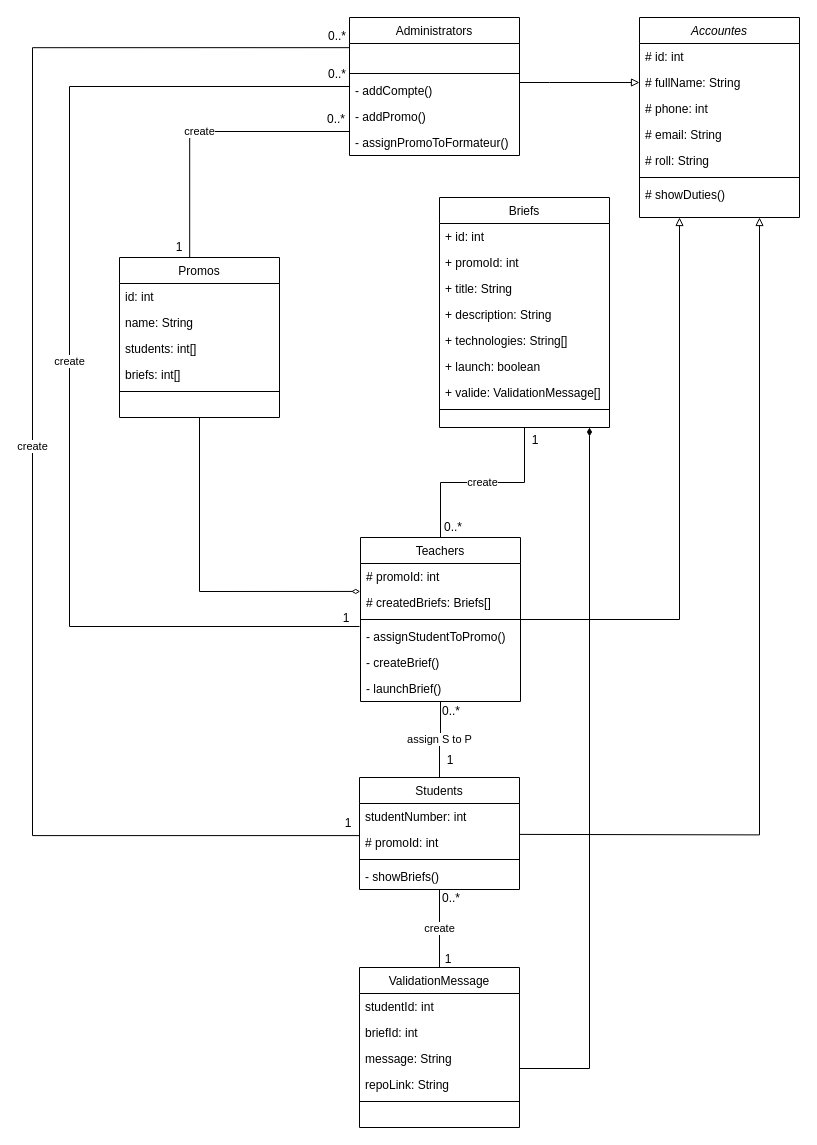
daalimouhcine/Java_Simplon_Clone keeps this draw.io diagram as UML/Diagram-class.drawio. Above is the earlier version. Source tidied: cells renumbered, new cells numbered last; positions are measured from the earlier drawing's top-left corner, leaving out a move shared by most shapes. Both pictures are drawn from the tidied source at 100%, with x=0, y=0 at pixel (32, 17).
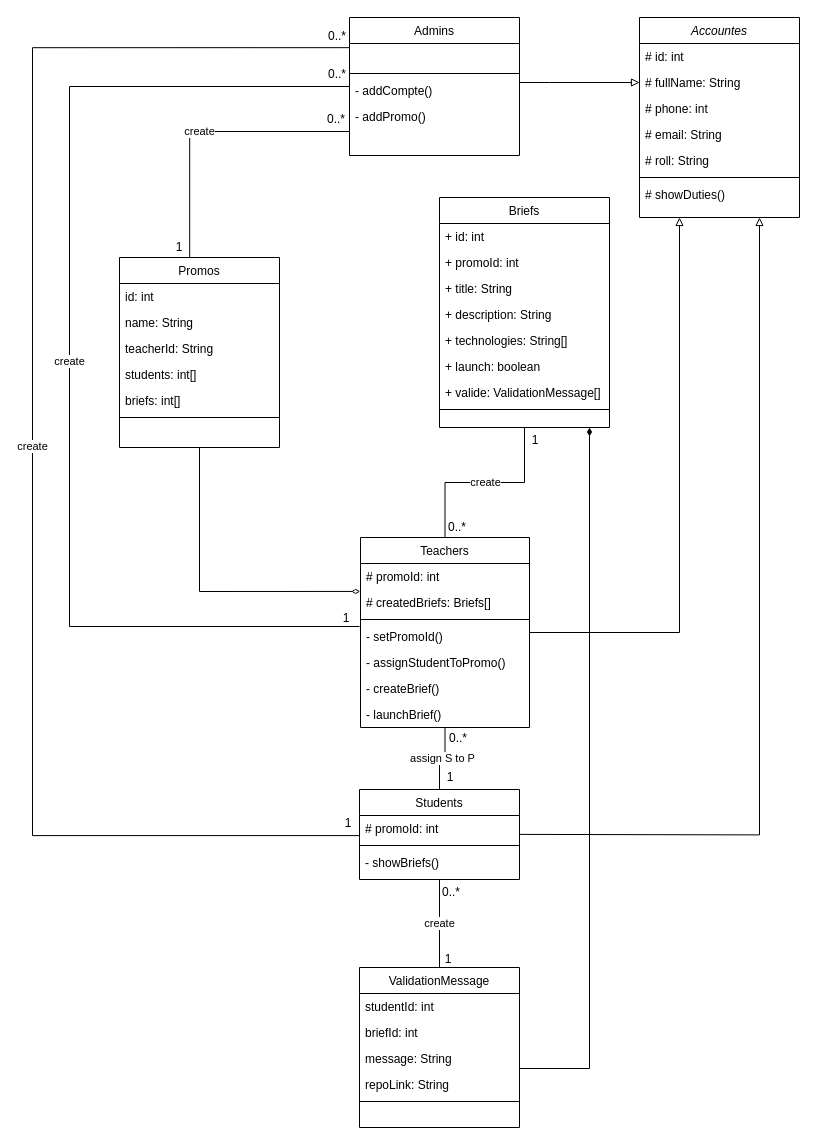
The same diagram, later.

Diff of the diagram source:
```diff
@@
-    <mxCell id="14" value="Administrators" style="swimlane;fontStyle=0;align=center;verticalAlign=top;horizontal=1;startSize=26;rounded=0;shadow=0;strokeWidth=1;" parent="1" vertex="1">
+    <mxCell id="14" value="Admins" style="swimlane;fontStyle=0;align=center;verticalAlign=top;horizontal=1;startSize=26;rounded=0;shadow=0;strokeWidth=1;" parent="1" vertex="1">
       <mxGeometry x="317" width="170" height="138" as="geometry" />
     </mxCell>
@@
-    <mxCell id="19" value="- assignPromoToFormateur()" style="text;align=left;verticalAlign=top;spacingLeft=4;spacingRight=4;overflow=hidden;" parent="14" vertex="1">
-      <mxGeometry y="112" width="170" height="26" as="geometry" />
-    </mxCell>
@@
     <mxCell id="31" value="Promos" style="swimlane;fontStyle=0;align=center;verticalAlign=top;horizontal=1;startSize=26;rounded=0;shadow=0;strokeWidth=1;" parent="1" vertex="1">
-      <mxGeometry x="87" y="240" width="160" height="160" as="geometry" />
+      <mxGeometry x="87" y="240" width="160" height="190" as="geometry" />
     </mxCell>
@@
+    <mxCell id="72" value="teacherId: String" style="text;align=left;verticalAlign=top;spacingLeft=4;spacingRight=4;overflow=hidden;rounded=0;shadow=0;html=0;" parent="31" vertex="1">
+      <mxGeometry y="78" width="160" height="26" as="geometry" />
+    </mxCell>
     <mxCell id="34" value="students: int[]" style="text;align=left;verticalAlign=top;spacingLeft=4;spacingRight=4;overflow=hidden;" parent="31" vertex="1">
-      <mxGeometry y="78" width="160" height="26" as="geometry" />
+      <mxGeometry y="104" width="160" height="26" as="geometry" />
     </mxCell>
     <mxCell id="35" value="briefs: int[]" style="text;align=left;verticalAlign=top;spacingLeft=4;spacingRight=4;overflow=hidden;" parent="31" vertex="1">
-      <mxGeometry y="104" width="160" height="26" as="geometry" />
+      <mxGeometry y="130" width="160" height="26" as="geometry" />
     </mxCell>
     <mxCell id="36" style="line;html=1;strokeWidth=1;align=left;verticalAlign=middle;spacingTop=-1;spacingLeft=3;spacingRight=3;labelPosition=right;" parent="31" vertex="1">
-      <mxGeometry y="130" width="160" height="8" as="geometry" />
+      <mxGeometry y="156" width="160" height="8" as="geometry" />
     </mxCell>
@@
     <mxCell id="40" value="Teachers" style="swimlane;fontStyle=0;align=center;verticalAlign=top;horizontal=1;startSize=26;rounded=0;shadow=0;strokeWidth=1;" parent="1" vertex="1">
-      <mxGeometry x="328" y="520" width="160" height="164" as="geometry" />
+      <mxGeometry x="328" y="520" width="169" height="190" as="geometry" />
     </mxCell>
     <mxCell id="41" value="# promoId: int" style="text;align=left;verticalAlign=top;spacingLeft=4;spacingRight=4;overflow=hidden;" parent="40" vertex="1">
-      <mxGeometry y="26" width="160" height="26" as="geometry" />
+      <mxGeometry y="26" width="169" height="26" as="geometry" />
     </mxCell>
     <mxCell id="42" value="# createdBriefs: Briefs[]" style="text;align=left;verticalAlign=top;spacingLeft=4;spacingRight=4;overflow=hidden;points=[[0,0.5],[1,0.5]];portConstraint=eastwest;" parent="40" vertex="1">
-      <mxGeometry y="52" width="160" height="26" as="geometry" />
+      <mxGeometry y="52" width="169" height="26" as="geometry" />
     </mxCell>
     <mxCell id="43" style="line;html=1;strokeWidth=1;align=left;verticalAlign=middle;spacingTop=-1;spacingLeft=3;spacingRight=3;labelPosition=right;" parent="40" vertex="1">
-      <mxGeometry y="78" width="160" height="8" as="geometry" />
+      <mxGeometry y="78" width="169" height="8" as="geometry" />
     </mxCell>
+    <mxCell id="73" value="- setPromoId()" style="text;align=left;verticalAlign=top;spacingLeft=4;spacingRight=4;overflow=hidden;" parent="40" vertex="1">
+      <mxGeometry y="86" width="169" height="26" as="geometry" />
+    </mxCell>
     <mxCell id="44" value="- assignStudentToPromo()" style="text;align=left;verticalAlign=top;spacingLeft=4;spacingRight=4;overflow=hidden;" parent="40" vertex="1">
-      <mxGeometry y="86" width="160" height="26" as="geometry" />
+      <mxGeometry y="112" width="169" height="26" as="geometry" />
     </mxCell>
     <mxCell id="45" value="- createBrief()" style="text;align=left;verticalAlign=top;spacingLeft=4;spacingRight=4;overflow=hidden;" parent="40" vertex="1">
-      <mxGeometry y="112" width="160" height="26" as="geometry" />
+      <mxGeometry y="138" width="169" height="26" as="geometry" />
     </mxCell>
     <mxCell id="46" value="- launchBrief()" style="text;align=left;verticalAlign=top;spacingLeft=4;spacingRight=4;overflow=hidden;" parent="40" vertex="1">
-      <mxGeometry y="138" width="160" height="26" as="geometry" />
+      <mxGeometry y="164" width="169" height="26" as="geometry" />
     </mxCell>
@@
     <mxCell id="49" value="Students" style="swimlane;fontStyle=0;align=center;verticalAlign=top;horizontal=1;startSize=26;rounded=0;shadow=0;strokeWidth=1;" parent="1" vertex="1">
-      <mxGeometry x="327" y="760" width="160" height="112" as="geometry" />
+      <mxGeometry x="327" y="772" width="160" height="90" as="geometry" />
     </mxCell>
-    <mxCell id="50" value="studentNumber: int" style="text;align=left;verticalAlign=top;spacingLeft=4;spacingRight=4;overflow=hidden;" parent="49" vertex="1">
-      <mxGeometry y="26" width="160" height="26" as="geometry" />
-    </mxCell>
     <mxCell id="51" value="# promoId: int" style="text;align=left;verticalAlign=top;spacingLeft=4;spacingRight=4;overflow=hidden;" parent="49" vertex="1">
-      <mxGeometry y="52" width="160" height="26" as="geometry" />
+      <mxGeometry y="26" width="160" height="26" as="geometry" />
     </mxCell>
     <mxCell id="52" style="line;html=1;strokeWidth=1;align=left;verticalAlign=middle;spacingTop=-1;spacingLeft=3;spacingRight=3;labelPosition=right;" parent="49" vertex="1">
-      <mxGeometry y="78" width="160" height="8" as="geometry" />
+      <mxGeometry y="52" width="160" height="8" as="geometry" />
     </mxCell>
     <mxCell id="53" value="- showBriefs()" style="text;align=left;verticalAlign=top;spacingLeft=4;spacingRight=4;overflow=hidden;" parent="49" vertex="1">
-      <mxGeometry y="86" width="160" height="26" as="geometry" />
+      <mxGeometry y="60" width="160" height="26" as="geometry" />
     </mxCell>
@@
     <mxCell id="60" value="0..*" style="text;html=1;strokeColor=none;fillColor=none;align=center;verticalAlign=middle;whiteSpace=wrap;rounded=0;" parent="1" vertex="1">
-      <mxGeometry x="409" y="684" width="20" height="20" as="geometry" />
+      <mxGeometry x="416" y="711" width="20" height="20" as="geometry" />
     </mxCell>
@@
     <mxCell id="62" value="1" style="text;html=1;strokeColor=none;fillColor=none;align=center;verticalAlign=middle;whiteSpace=wrap;rounded=0;" parent="1" vertex="1">
-      <mxGeometry x="408" y="733" width="20" height="20" as="geometry" />
+      <mxGeometry x="408" y="750" width="20" height="20" as="geometry" />
     </mxCell>
     <mxCell id="63" value="0..*" style="text;html=1;strokeColor=none;fillColor=none;align=center;verticalAlign=middle;whiteSpace=wrap;rounded=0;" parent="1" vertex="1">
-      <mxGeometry x="411" y="500" width="20" height="20" as="geometry" />
+      <mxGeometry x="415" y="500" width="20" height="20" as="geometry" />
     </mxCell>
@@
     <mxCell id="70" value="0..*" style="text;html=1;strokeColor=none;fillColor=none;align=center;verticalAlign=middle;whiteSpace=wrap;rounded=0;" parent="1" vertex="1">
-      <mxGeometry x="409" y="871" width="20" height="20" as="geometry" />
+      <mxGeometry x="409" y="865" width="20" height="20" as="geometry" />
     </mxCell>
```
